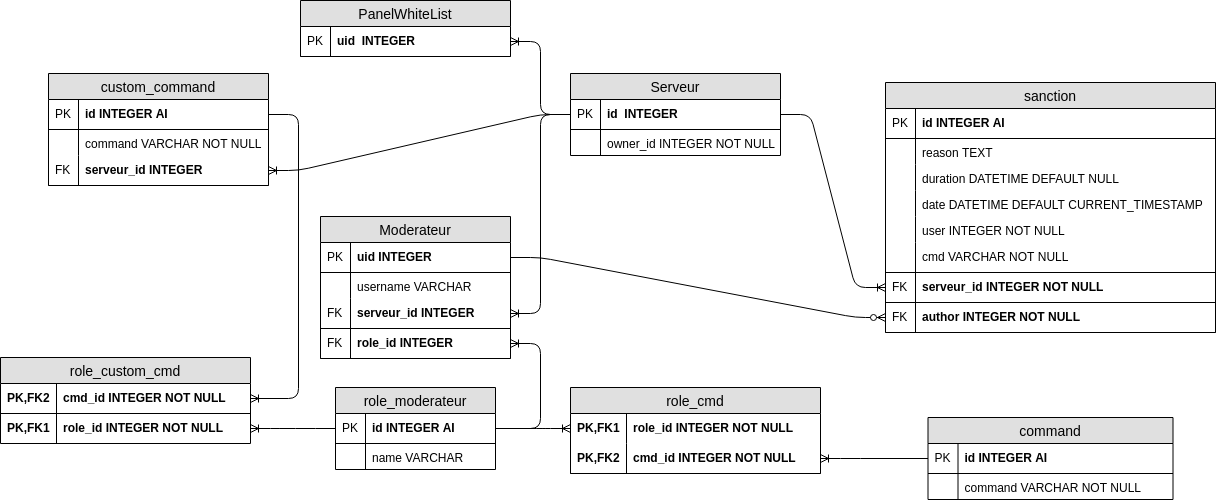
RomainCtl/discord_project keeps this draw.io diagram as doc/schema_logique.png. Above is the earlier version. Source tidied: cells renumbered, new cells last; positions are measured from the earlier drawing's top-left corner, leaving out a move shared by most shapes.
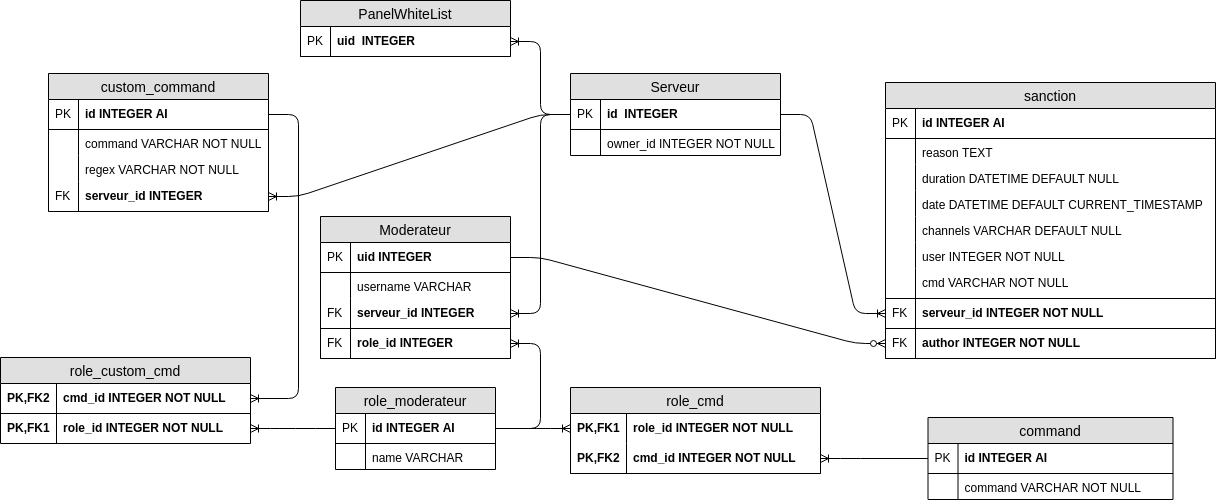
After the change.

Commit message:
Add channels attr to Sanction Add regex attr to custom command

Change to the diagram source:
```diff
@@ -87,7 +87,7 @@
       <mxGeometry relative="1" as="geometry" />
     </mxCell>
     <mxCell id="30" value="sanction" style="swimlane;fontStyle=0;horizontal=1;startSize=26;fillColor=#e0e0e0;swimlaneFillColor=#ffffff;align=center;fontSize=14;strokeColor=#000000;fontColor=#000000;" parent="1" vertex="1">
-      <mxGeometry x="885" y="82" width="330" height="250" as="geometry" />
+      <mxGeometry x="885" y="82" width="330" height="276" as="geometry" />
     </mxCell>
     <mxCell id="31" value="id INTEGER AI" style="shape=partialRectangle;top=0;left=0;right=0;bottom=1;align=left;verticalAlign=middle;fillColor=none;spacingLeft=34;spacingRight=4;overflow=hidden;fontStyle=1;fontSize=12;fontColor=#000000;strokeColor=#000000;" parent="30" vertex="1">
       <mxGeometry y="26" width="330" height="30" as="geometry" />
@@ -113,26 +113,32 @@
     <mxCell id="38" style="shape=partialRectangle;top=0;left=0;bottom=0;fillColor=none;align=left;verticalAlign=top;spacingLeft=4;spacingRight=4;overflow=hidden;fontSize=12;fontColor=#000000;strokeColor=#000000;" parent="37" vertex="1">
       <mxGeometry width="30" height="26" as="geometry" />
     </mxCell>
+    <mxCell id="73" value="channels VARCHAR DEFAULT NULL" style="shape=partialRectangle;top=0;left=0;right=0;bottom=0;align=left;verticalAlign=top;fillColor=none;spacingLeft=34;spacingRight=4;overflow=hidden;fontSize=12;fontColor=#000000;strokeColor=#000000;" parent="30" vertex="1">
+      <mxGeometry y="134" width="330" height="26" as="geometry" />
+    </mxCell>
+    <mxCell id="74" style="shape=partialRectangle;top=0;left=0;bottom=0;fillColor=none;align=left;verticalAlign=top;spacingLeft=4;spacingRight=4;overflow=hidden;fontSize=12;fontColor=#000000;strokeColor=#000000;" parent="73" vertex="1">
+      <mxGeometry width="30" height="26" as="geometry" />
+    </mxCell>
     <mxCell id="39" value="user INTEGER NOT NULL" style="shape=partialRectangle;top=0;left=0;right=0;bottom=0;align=left;verticalAlign=top;fillColor=none;spacingLeft=34;spacingRight=4;overflow=hidden;fontSize=12;fontColor=#000000;strokeColor=#000000;" parent="30" vertex="1">
-      <mxGeometry y="134" width="330" height="26" as="geometry" />
+      <mxGeometry y="160" width="330" height="26" as="geometry" />
     </mxCell>
     <mxCell id="40" style="shape=partialRectangle;top=0;left=0;bottom=0;fillColor=none;align=left;verticalAlign=top;spacingLeft=4;spacingRight=4;overflow=hidden;fontSize=12;fontColor=#000000;strokeColor=#000000;" parent="39" vertex="1">
       <mxGeometry width="30" height="26" as="geometry" />
     </mxCell>
     <mxCell id="41" value="cmd VARCHAR NOT NULL" style="shape=partialRectangle;top=0;left=0;right=0;bottom=1;align=left;verticalAlign=middle;fillColor=none;spacingLeft=34;spacingRight=4;overflow=hidden;fontStyle=0;fontSize=12;fontColor=#000000;strokeColor=#000000;" parent="30" vertex="1">
-      <mxGeometry y="160" width="330" height="30" as="geometry" />
+      <mxGeometry y="186" width="330" height="30" as="geometry" />
     </mxCell>
     <mxCell id="42" style="shape=partialRectangle;top=0;left=0;bottom=0;fillColor=none;align=left;verticalAlign=middle;spacingLeft=4;spacingRight=4;overflow=hidden;fontSize=12;fontColor=#000000;strokeColor=#000000;" parent="41" vertex="1">
       <mxGeometry width="30" height="30" as="geometry" />
     </mxCell>
     <mxCell id="43" value="serveur_id INTEGER NOT NULL" style="shape=partialRectangle;top=0;left=0;right=0;bottom=1;align=left;verticalAlign=middle;fillColor=none;spacingLeft=34;spacingRight=4;overflow=hidden;points=[[0,0.5],[1,0.5]];portConstraint=eastwest;fontStyle=1;fontSize=12;fontColor=#000000;strokeColor=#000000;" parent="30" vertex="1">
-      <mxGeometry y="190" width="330" height="30" as="geometry" />
+      <mxGeometry y="216" width="330" height="30" as="geometry" />
     </mxCell>
     <mxCell id="44" value="FK" style="shape=partialRectangle;top=0;left=0;bottom=0;fillColor=none;align=left;verticalAlign=middle;spacingLeft=4;spacingRight=4;overflow=hidden;fontSize=12;fontColor=#000000;strokeColor=#000000;" parent="43" vertex="1">
       <mxGeometry width="30" height="30" as="geometry" />
     </mxCell>
     <mxCell id="45" value="author INTEGER NOT NULL" style="shape=partialRectangle;top=0;left=0;right=0;bottom=1;align=left;verticalAlign=middle;fillColor=none;spacingLeft=34;spacingRight=4;overflow=hidden;points=[[0,0.5],[1,0.5]];portConstraint=eastwest;fontStyle=1;fontSize=12;fontColor=#000000;strokeColor=#000000;" parent="30" vertex="1">
-      <mxGeometry y="220" width="330" height="30" as="geometry" />
+      <mxGeometry y="246" width="330" height="30" as="geometry" />
     </mxCell>
     <mxCell id="46" value="FK" style="shape=partialRectangle;top=0;left=0;bottom=0;fillColor=none;align=left;verticalAlign=middle;spacingLeft=4;spacingRight=4;overflow=hidden;fontSize=12;fontColor=#000000;strokeColor=#000000;" parent="45" vertex="1">
       <mxGeometry width="30" height="30" as="geometry" />
@@ -159,7 +165,7 @@
       <mxGeometry relative="1" as="geometry" />
     </mxCell>
     <mxCell id="54" value="custom_command" style="swimlane;fontStyle=0;horizontal=1;startSize=26;fillColor=#e0e0e0;swimlaneFillColor=#ffffff;align=center;fontSize=14;strokeColor=#000000;fontColor=#000000;" parent="1" vertex="1">
-      <mxGeometry x="48" y="73" width="220" height="112" as="geometry" />
+      <mxGeometry x="48" y="73" width="220" height="138" as="geometry" />
     </mxCell>
     <mxCell id="55" value="id INTEGER AI" style="shape=partialRectangle;top=0;left=0;right=0;bottom=1;align=left;verticalAlign=middle;fillColor=none;spacingLeft=34;spacingRight=4;overflow=hidden;points=[[0,0.5],[1,0.5]];portConstraint=eastwest;fontStyle=1;fontSize=12;fontColor=#000000;strokeColor=#000000;" parent="54" vertex="1">
       <mxGeometry y="26" width="220" height="30" as="geometry" />
@@ -173,8 +179,14 @@
     <mxCell id="58" style="shape=partialRectangle;top=0;left=0;bottom=0;fillColor=none;align=left;verticalAlign=top;spacingLeft=4;spacingRight=4;overflow=hidden;fontSize=12;fontColor=#000000;strokeColor=#000000;" parent="57" vertex="1">
       <mxGeometry width="30" height="26" as="geometry" />
     </mxCell>
+    <mxCell id="75" value="regex VARCHAR NOT NULL" style="shape=partialRectangle;top=0;left=0;right=0;bottom=0;align=left;verticalAlign=top;fillColor=none;spacingLeft=34;spacingRight=4;overflow=hidden;fontSize=12;fontColor=#000000;strokeColor=#000000;" parent="54" vertex="1">
+      <mxGeometry y="82" width="220" height="26" as="geometry" />
+    </mxCell>
+    <mxCell id="76" style="shape=partialRectangle;top=0;left=0;bottom=0;fillColor=none;align=left;verticalAlign=top;spacingLeft=4;spacingRight=4;overflow=hidden;fontSize=12;fontColor=#000000;strokeColor=#000000;" parent="75" vertex="1">
+      <mxGeometry width="30" height="26" as="geometry" />
+    </mxCell>
     <mxCell id="59" value="serveur_id INTEGER" style="shape=partialRectangle;top=0;left=0;right=0;bottom=1;align=left;verticalAlign=middle;fillColor=none;spacingLeft=34;spacingRight=4;overflow=hidden;points=[[0,0.5],[1,0.5]];portConstraint=eastwest;fontStyle=1;fontSize=12;strokeColor=#000000;fontColor=#000000;" parent="54" vertex="1">
-      <mxGeometry y="82" width="220" height="30" as="geometry" />
+      <mxGeometry y="108" width="220" height="30" as="geometry" />
     </mxCell>
     <mxCell id="60" value="FK" style="shape=partialRectangle;top=0;left=0;bottom=0;fillColor=none;align=left;verticalAlign=middle;spacingLeft=4;spacingRight=4;overflow=hidden;fontSize=12;strokeColor=#000000;fontColor=#000000;" parent="59" vertex="1">
       <mxGeometry width="30" height="30" as="geometry" />
```
